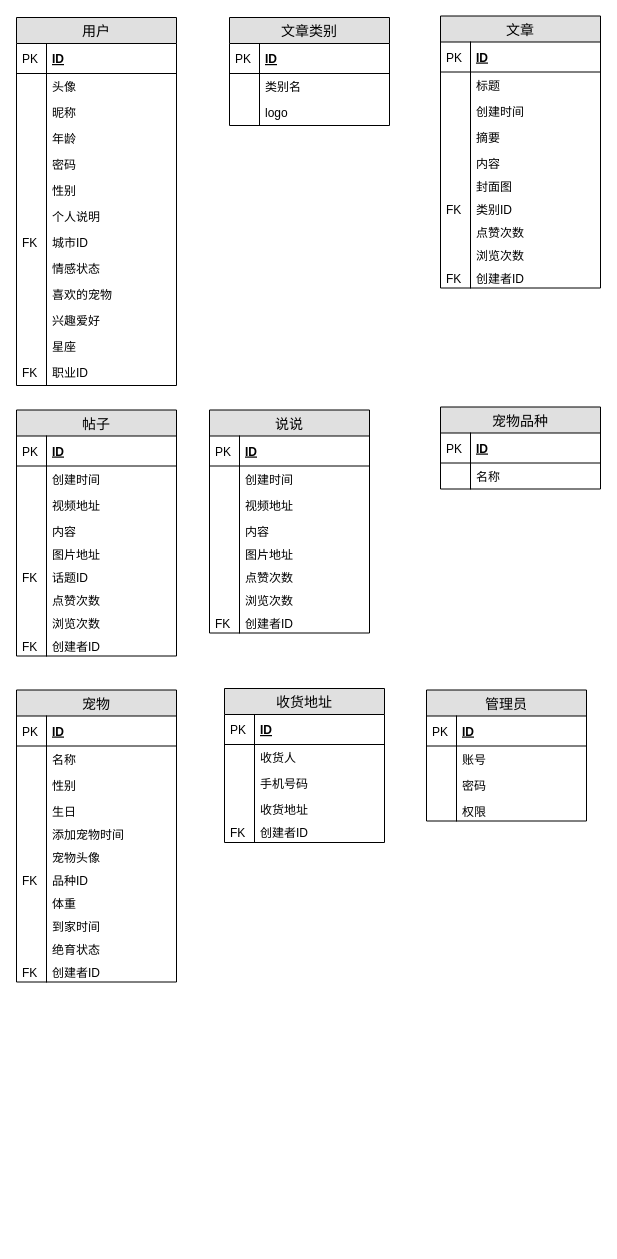
The draw.io diagram pet/uml/面向对象数据库设计.drawio in JMHello/draw, before the edit. Source tidied: cells renumbered, new cells numbered last; positions are measured from the earlier drawing's top-left corner, leaving out a move shared by most shapes. Both pictures are drawn from the tidied source at 100%, with x=0, y=0 at pixel (16, 15).
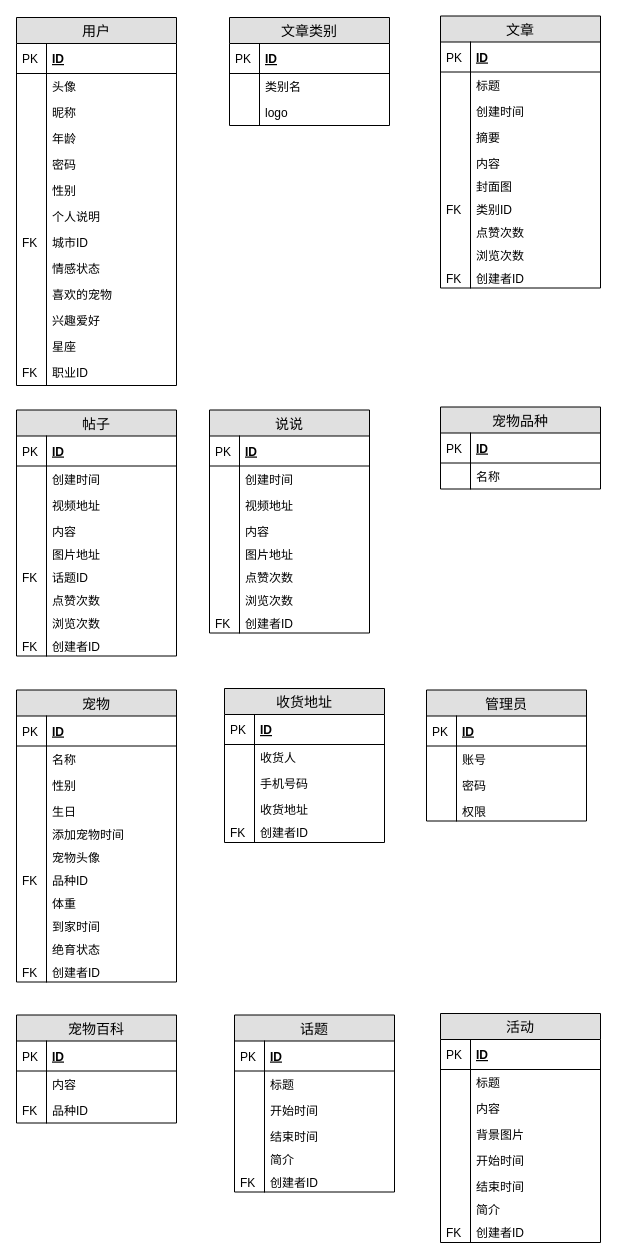
The same page after the edit.

Commit message (it also covers changes not shown here):
Update 面向对象数据库设计.drawio

Diff of the diagram source:
```diff
@@
+    <mxCell id="141" value="宠物百科" style="swimlane;fontStyle=0;horizontal=1;startSize=26;fillColor=#e0e0e0;swimlaneFillColor=#ffffff;align=center;fontSize=14;" parent="1" vertex="1">
+      <mxGeometry y="999.5" width="160" height="108" as="geometry" />
+    </mxCell>
+    <mxCell id="142" value="ID" style="shape=partialRectangle;top=0;left=0;right=0;bottom=1;align=left;verticalAlign=middle;fillColor=none;spacingLeft=34;spacingRight=4;overflow=hidden;fontStyle=5;fontSize=12;" parent="141" vertex="1">
+      <mxGeometry y="26" width="160" height="30" as="geometry" />
+    </mxCell>
+    <mxCell id="143" value="PK" style="shape=partialRectangle;top=0;left=0;bottom=0;fillColor=none;align=left;verticalAlign=middle;spacingLeft=4;spacingRight=4;overflow=hidden;fontSize=12;" parent="142" vertex="1">
+      <mxGeometry width="30" height="30" as="geometry" />
+    </mxCell>
+    <mxCell id="144" value="内容" style="shape=partialRectangle;top=0;left=0;right=0;bottom=0;align=left;verticalAlign=top;fillColor=none;spacingLeft=34;spacingRight=4;overflow=hidden;fontSize=12;" parent="141" vertex="1">
+      <mxGeometry y="56" width="160" height="26" as="geometry" />
+    </mxCell>
+    <mxCell id="145" style="shape=partialRectangle;top=0;left=0;bottom=0;fillColor=none;align=left;verticalAlign=top;spacingLeft=4;spacingRight=4;overflow=hidden;fontSize=12;" parent="144" vertex="1">
+      <mxGeometry width="30" height="26" as="geometry" />
+    </mxCell>
+    <mxCell id="146" value="品种ID" style="shape=partialRectangle;top=0;left=0;right=0;bottom=0;align=left;verticalAlign=top;fillColor=none;spacingLeft=34;spacingRight=4;overflow=hidden;fontSize=12;" parent="141" vertex="1">
+      <mxGeometry y="82" width="160" height="26" as="geometry" />
+    </mxCell>
+    <mxCell id="147" value="FK" style="shape=partialRectangle;top=0;left=0;bottom=0;fillColor=none;align=left;verticalAlign=top;spacingLeft=4;spacingRight=4;overflow=hidden;fontSize=12;" parent="146" vertex="1">
+      <mxGeometry width="30" height="26" as="geometry" />
+    </mxCell>
+    <mxCell id="148" value="话题" style="swimlane;fontStyle=0;horizontal=1;startSize=26;fillColor=#e0e0e0;swimlaneFillColor=#ffffff;align=center;fontSize=14;" parent="1" vertex="1">
+      <mxGeometry x="218" y="999.5" width="160" height="177" as="geometry" />
+    </mxCell>
+    <mxCell id="149" value="ID" style="shape=partialRectangle;top=0;left=0;right=0;bottom=1;align=left;verticalAlign=middle;fillColor=none;spacingLeft=34;spacingRight=4;overflow=hidden;fontStyle=5;fontSize=12;" parent="148" vertex="1">
+      <mxGeometry y="26" width="160" height="30" as="geometry" />
+    </mxCell>
+    <mxCell id="150" value="PK" style="shape=partialRectangle;top=0;left=0;bottom=0;fillColor=none;align=left;verticalAlign=middle;spacingLeft=4;spacingRight=4;overflow=hidden;fontSize=12;" parent="149" vertex="1">
+      <mxGeometry width="30" height="30" as="geometry" />
+    </mxCell>
+    <mxCell id="151" value="标题" style="shape=partialRectangle;top=0;left=0;right=0;bottom=0;align=left;verticalAlign=top;fillColor=none;spacingLeft=34;spacingRight=4;overflow=hidden;fontSize=12;" parent="148" vertex="1">
+      <mxGeometry y="56" width="160" height="26" as="geometry" />
+    </mxCell>
+    <mxCell id="152" style="shape=partialRectangle;top=0;left=0;bottom=0;fillColor=none;align=left;verticalAlign=top;spacingLeft=4;spacingRight=4;overflow=hidden;fontSize=12;" parent="151" vertex="1">
+      <mxGeometry width="30" height="26" as="geometry" />
+    </mxCell>
+    <mxCell id="153" value="开始时间" style="shape=partialRectangle;top=0;left=0;right=0;bottom=0;align=left;verticalAlign=top;fillColor=none;spacingLeft=34;spacingRight=4;overflow=hidden;fontSize=12;" parent="148" vertex="1">
+      <mxGeometry y="82" width="160" height="26" as="geometry" />
+    </mxCell>
+    <mxCell id="154" style="shape=partialRectangle;top=0;left=0;bottom=0;fillColor=none;align=left;verticalAlign=top;spacingLeft=4;spacingRight=4;overflow=hidden;fontSize=12;" parent="153" vertex="1">
+      <mxGeometry width="30" height="26" as="geometry" />
+    </mxCell>
+    <mxCell id="155" value="结束时间" style="shape=partialRectangle;top=0;left=0;right=0;bottom=0;align=left;verticalAlign=top;fillColor=none;spacingLeft=34;spacingRight=4;overflow=hidden;fontSize=12;" parent="148" vertex="1">
+      <mxGeometry y="108" width="160" height="23" as="geometry" />
+    </mxCell>
+    <mxCell id="156" style="shape=partialRectangle;top=0;left=0;bottom=0;fillColor=none;align=left;verticalAlign=top;spacingLeft=4;spacingRight=4;overflow=hidden;fontSize=12;" parent="155" vertex="1">
+      <mxGeometry width="30" height="23" as="geometry" />
+    </mxCell>
+    <mxCell id="157" value="简介" style="shape=partialRectangle;top=0;left=0;right=0;bottom=0;align=left;verticalAlign=top;fillColor=none;spacingLeft=34;spacingRight=4;overflow=hidden;fontSize=12;" parent="148" vertex="1">
+      <mxGeometry y="131" width="160" height="23" as="geometry" />
+    </mxCell>
+    <mxCell id="158" style="shape=partialRectangle;top=0;left=0;bottom=0;fillColor=none;align=left;verticalAlign=top;spacingLeft=4;spacingRight=4;overflow=hidden;fontSize=12;" parent="157" vertex="1">
+      <mxGeometry width="30" height="23" as="geometry" />
+    </mxCell>
+    <mxCell id="159" value="创建者ID" style="shape=partialRectangle;top=0;left=0;right=0;bottom=0;align=left;verticalAlign=top;fillColor=none;spacingLeft=34;spacingRight=4;overflow=hidden;fontSize=12;" parent="148" vertex="1">
+      <mxGeometry y="154" width="160" height="23" as="geometry" />
+    </mxCell>
+    <mxCell id="160" value="FK" style="shape=partialRectangle;top=0;left=0;bottom=0;fillColor=none;align=left;verticalAlign=top;spacingLeft=4;spacingRight=4;overflow=hidden;fontSize=12;" parent="159" vertex="1">
+      <mxGeometry width="30" height="23" as="geometry" />
+    </mxCell>
+    <mxCell id="161" value="活动" style="swimlane;fontStyle=0;horizontal=1;startSize=26;fillColor=#e0e0e0;swimlaneFillColor=#ffffff;align=center;fontSize=14;" parent="1" vertex="1">
+      <mxGeometry x="424" y="998" width="160" height="229" as="geometry" />
+    </mxCell>
+    <mxCell id="162" value="ID" style="shape=partialRectangle;top=0;left=0;right=0;bottom=1;align=left;verticalAlign=middle;fillColor=none;spacingLeft=34;spacingRight=4;overflow=hidden;fontStyle=5;fontSize=12;" parent="161" vertex="1">
+      <mxGeometry y="26" width="160" height="30" as="geometry" />
+    </mxCell>
+    <mxCell id="163" value="PK" style="shape=partialRectangle;top=0;left=0;bottom=0;fillColor=none;align=left;verticalAlign=middle;spacingLeft=4;spacingRight=4;overflow=hidden;fontSize=12;" parent="162" vertex="1">
+      <mxGeometry width="30" height="30" as="geometry" />
+    </mxCell>
+    <mxCell id="164" value="标题" style="shape=partialRectangle;top=0;left=0;right=0;bottom=0;align=left;verticalAlign=top;fillColor=none;spacingLeft=34;spacingRight=4;overflow=hidden;fontSize=12;" parent="161" vertex="1">
+      <mxGeometry y="56" width="160" height="26" as="geometry" />
+    </mxCell>
+    <mxCell id="165" style="shape=partialRectangle;top=0;left=0;bottom=0;fillColor=none;align=left;verticalAlign=top;spacingLeft=4;spacingRight=4;overflow=hidden;fontSize=12;" parent="164" vertex="1">
+      <mxGeometry width="30" height="26" as="geometry" />
+    </mxCell>
+    <mxCell id="166" value="内容" style="shape=partialRectangle;top=0;left=0;right=0;bottom=0;align=left;verticalAlign=top;fillColor=none;spacingLeft=34;spacingRight=4;overflow=hidden;fontSize=12;" parent="161" vertex="1">
+      <mxGeometry y="82" width="160" height="26" as="geometry" />
+    </mxCell>
+    <mxCell id="167" style="shape=partialRectangle;top=0;left=0;bottom=0;fillColor=none;align=left;verticalAlign=top;spacingLeft=4;spacingRight=4;overflow=hidden;fontSize=12;" parent="166" vertex="1">
+      <mxGeometry width="30" height="26" as="geometry" />
+    </mxCell>
+    <mxCell id="168" value="背景图片" style="shape=partialRectangle;top=0;left=0;right=0;bottom=0;align=left;verticalAlign=top;fillColor=none;spacingLeft=34;spacingRight=4;overflow=hidden;fontSize=12;" parent="161" vertex="1">
+      <mxGeometry y="108" width="160" height="26" as="geometry" />
+    </mxCell>
+    <mxCell id="169" style="shape=partialRectangle;top=0;left=0;bottom=0;fillColor=none;align=left;verticalAlign=top;spacingLeft=4;spacingRight=4;overflow=hidden;fontSize=12;" parent="168" vertex="1">
+      <mxGeometry width="30" height="26" as="geometry" />
+    </mxCell>
+    <mxCell id="170" value="开始时间" style="shape=partialRectangle;top=0;left=0;right=0;bottom=0;align=left;verticalAlign=top;fillColor=none;spacingLeft=34;spacingRight=4;overflow=hidden;fontSize=12;" parent="161" vertex="1">
+      <mxGeometry y="134" width="160" height="26" as="geometry" />
+    </mxCell>
+    <mxCell id="171" style="shape=partialRectangle;top=0;left=0;bottom=0;fillColor=none;align=left;verticalAlign=top;spacingLeft=4;spacingRight=4;overflow=hidden;fontSize=12;" parent="170" vertex="1">
+      <mxGeometry width="30" height="26" as="geometry" />
+    </mxCell>
+    <mxCell id="172" value="结束时间" style="shape=partialRectangle;top=0;left=0;right=0;bottom=0;align=left;verticalAlign=top;fillColor=none;spacingLeft=34;spacingRight=4;overflow=hidden;fontSize=12;" parent="161" vertex="1">
+      <mxGeometry y="160" width="160" height="23" as="geometry" />
+    </mxCell>
+    <mxCell id="173" style="shape=partialRectangle;top=0;left=0;bottom=0;fillColor=none;align=left;verticalAlign=top;spacingLeft=4;spacingRight=4;overflow=hidden;fontSize=12;" parent="172" vertex="1">
+      <mxGeometry width="30" height="23" as="geometry" />
+    </mxCell>
+    <mxCell id="174" value="简介" style="shape=partialRectangle;top=0;left=0;right=0;bottom=0;align=left;verticalAlign=top;fillColor=none;spacingLeft=34;spacingRight=4;overflow=hidden;fontSize=12;" parent="161" vertex="1">
+      <mxGeometry y="183" width="160" height="23" as="geometry" />
+    </mxCell>
+    <mxCell id="175" style="shape=partialRectangle;top=0;left=0;bottom=0;fillColor=none;align=left;verticalAlign=top;spacingLeft=4;spacingRight=4;overflow=hidden;fontSize=12;" parent="174" vertex="1">
+      <mxGeometry width="30" height="23" as="geometry" />
+    </mxCell>
+    <mxCell id="176" value="创建者ID" style="shape=partialRectangle;top=0;left=0;right=0;bottom=0;align=left;verticalAlign=top;fillColor=none;spacingLeft=34;spacingRight=4;overflow=hidden;fontSize=12;" parent="161" vertex="1">
+      <mxGeometry y="206" width="160" height="23" as="geometry" />
+    </mxCell>
+    <mxCell id="177" value="FK" style="shape=partialRectangle;top=0;left=0;bottom=0;fillColor=none;align=left;verticalAlign=top;spacingLeft=4;spacingRight=4;overflow=hidden;fontSize=12;" parent="176" vertex="1">
+      <mxGeometry width="30" height="23" as="geometry" />
+    </mxCell>
```
